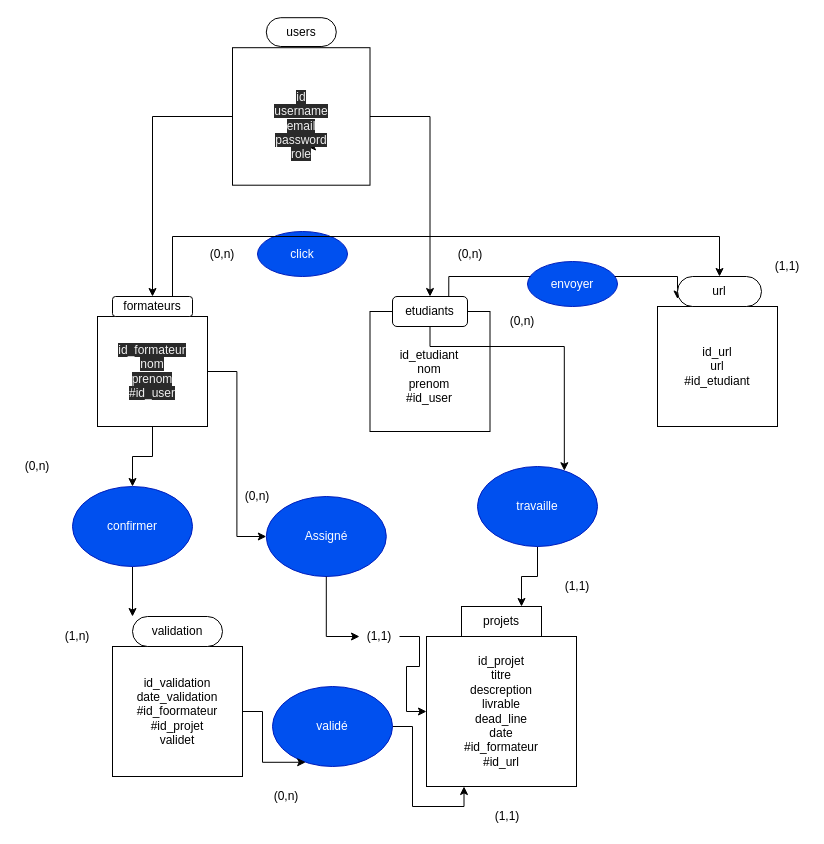
The draw.io diagram Breif/conception_backend/MLD.dio in Douaa19/Breif-projet, before the edit. Source tidied: cells renumbered, new cells numbered last; positions are measured from the earlier drawing's top-left corner, leaving out a move shared by most shapes. Both pictures are drawn from the tidied source at 100%, with x=0, y=0 at pixel (17, 17).
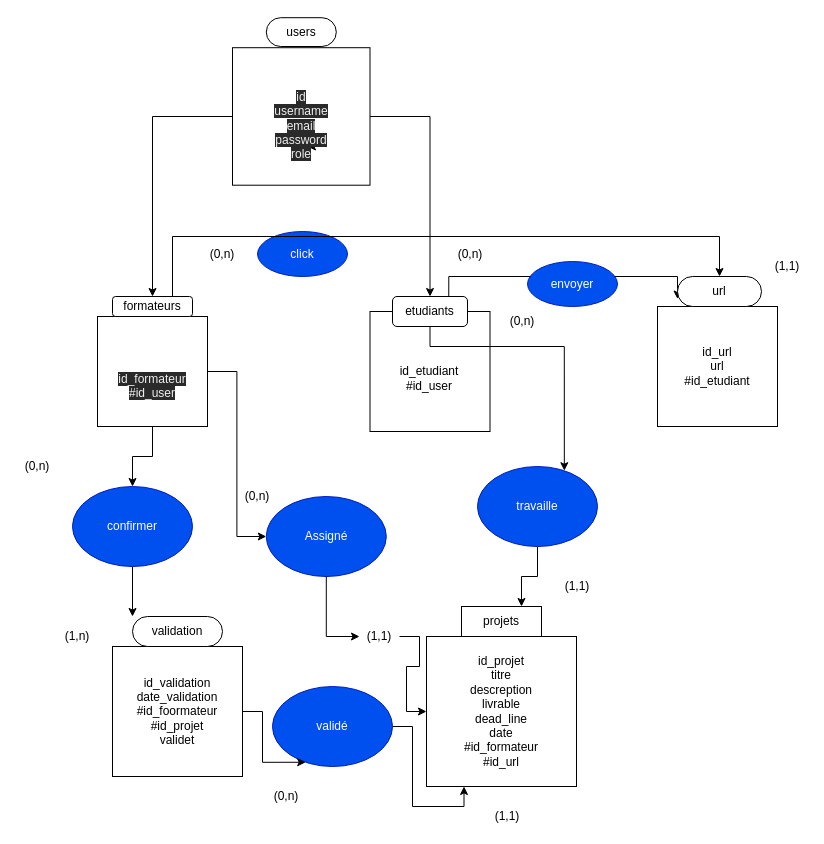
The same diagram, later.

Commit message:
modification mld

The edit, as a diff of the source:
```diff
@@
-    <mxCell id="7" value="&#10;&#10;&lt;span style=&quot;color: rgb(240, 240, 240); font-family: helvetica; font-size: 12px; font-style: normal; font-weight: 400; letter-spacing: normal; text-align: center; text-indent: 0px; text-transform: none; word-spacing: 0px; background-color: rgb(42, 42, 42); display: inline; float: none;&quot;&gt;id_formateur&lt;/span&gt;&lt;br style=&quot;color: rgb(240, 240, 240); font-family: helvetica; font-size: 12px; font-style: normal; font-weight: 400; letter-spacing: normal; text-align: center; text-indent: 0px; text-transform: none; word-spacing: 0px; background-color: rgb(42, 42, 42);&quot;&gt;&lt;span style=&quot;color: rgb(240, 240, 240); font-family: helvetica; font-size: 12px; font-style: normal; font-weight: 400; letter-spacing: normal; text-align: center; text-indent: 0px; text-transform: none; word-spacing: 0px; background-color: rgb(42, 42, 42); display: inline; float: none;&quot;&gt;nom&lt;/span&gt;&lt;br style=&quot;color: rgb(240, 240, 240); font-family: helvetica; font-size: 12px; font-style: normal; font-weight: 400; letter-spacing: normal; text-align: center; text-indent: 0px; text-transform: none; word-spacing: 0px; background-color: rgb(42, 42, 42);&quot;&gt;&lt;span style=&quot;color: rgb(240, 240, 240); font-family: helvetica; font-size: 12px; font-style: normal; font-weight: 400; letter-spacing: normal; text-align: center; text-indent: 0px; text-transform: none; word-spacing: 0px; background-color: rgb(42, 42, 42); display: inline; float: none;&quot;&gt;prenom&lt;/span&gt;&lt;br style=&quot;color: rgb(240, 240, 240); font-family: helvetica; font-size: 12px; font-style: normal; font-weight: 400; letter-spacing: normal; text-align: center; text-indent: 0px; text-transform: none; word-spacing: 0px; background-color: rgb(42, 42, 42);&quot;&gt;&lt;span style=&quot;color: rgb(240, 240, 240); font-family: helvetica; font-size: 12px; font-style: normal; font-weight: 400; letter-spacing: normal; text-align: center; text-indent: 0px; text-transform: none; word-spacing: 0px; background-color: rgb(42, 42, 42); display: inline; float: none;&quot;&gt;#id_user&lt;/span&gt;&#10;&#10;" style="whiteSpace=wrap;html=1;" parent="1" vertex="1">
+    <mxCell id="7" value="&lt;br&gt;&lt;br&gt;&lt;span style=&quot;color: rgb(240 , 240 , 240) ; font-family: &amp;#34;helvetica&amp;#34; ; font-size: 12px ; font-style: normal ; font-weight: 400 ; letter-spacing: normal ; text-align: center ; text-indent: 0px ; text-transform: none ; word-spacing: 0px ; background-color: rgb(42 , 42 , 42) ; display: inline ; float: none&quot;&gt;id_formateur&lt;/span&gt;&lt;br style=&quot;color: rgb(240 , 240 , 240) ; font-family: &amp;#34;helvetica&amp;#34; ; font-size: 12px ; font-style: normal ; font-weight: 400 ; letter-spacing: normal ; text-align: center ; text-indent: 0px ; text-transform: none ; word-spacing: 0px ; background-color: rgb(42 , 42 , 42)&quot;&gt;&lt;span style=&quot;color: rgb(240 , 240 , 240) ; font-family: &amp;#34;helvetica&amp;#34; ; font-size: 12px ; font-style: normal ; font-weight: 400 ; letter-spacing: normal ; text-align: center ; text-indent: 0px ; text-transform: none ; word-spacing: 0px ; background-color: rgb(42 , 42 , 42) ; display: inline ; float: none&quot;&gt;#id_user&lt;/span&gt;&lt;br&gt;" style="whiteSpace=wrap;html=1;" parent="1" vertex="1">
       <mxGeometry x="80" y="299" width="110" height="110" as="geometry" />
     </mxCell>
@@
-    <mxCell id="13" value="id_etudiant&lt;br&gt;nom&lt;br&gt;prenom&lt;br&gt;#id_user" style="text;html=1;strokeColor=none;fillColor=none;align=center;verticalAlign=middle;whiteSpace=wrap;rounded=0;" parent="1" vertex="1">
-      <mxGeometry x="382" y="349" width="60" height="20" as="geometry" />
+    <mxCell id="13" value="id_etudiant&lt;br&gt;#id_user" style="text;html=1;strokeColor=none;fillColor=none;align=center;verticalAlign=middle;whiteSpace=wrap;rounded=0;" parent="1" vertex="1">
+      <mxGeometry x="382" y="351" width="60" height="20" as="geometry" />
     </mxCell>
```
